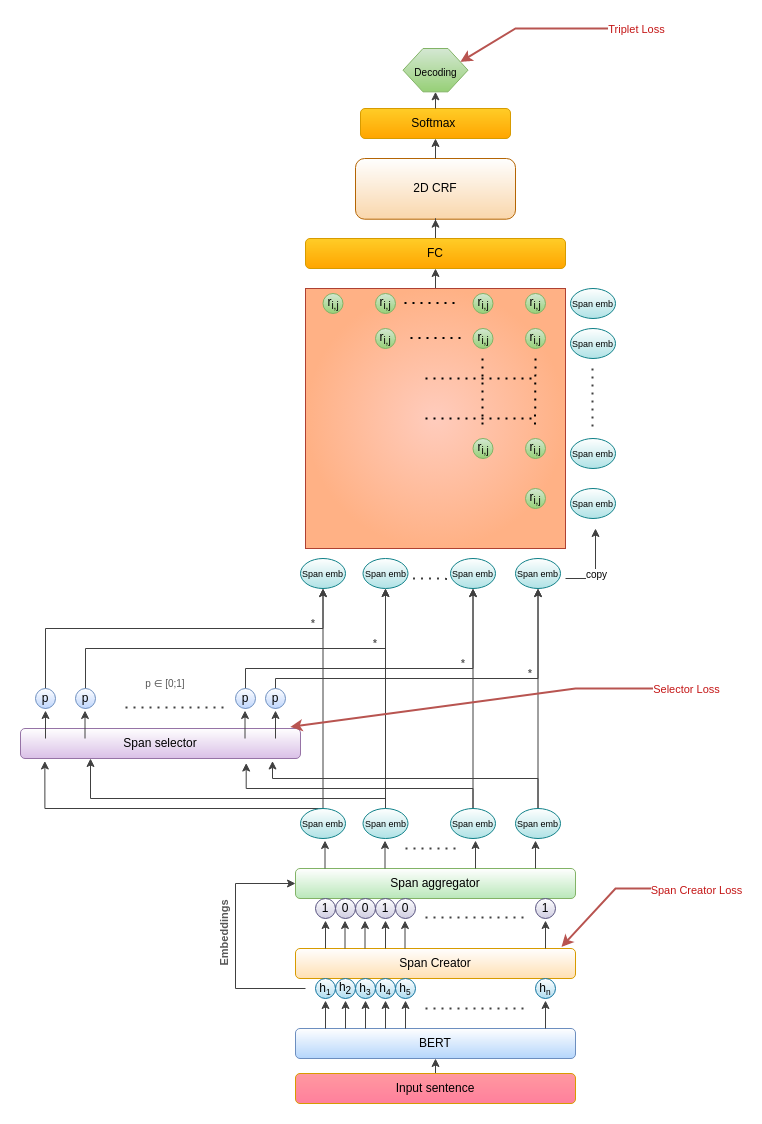
Earlier version of the draw.io export assets/span-ASTE.png (NaIwo/Span-ASTE). Source tidied: cells renumbered, new cells last; positions are measured from the earlier drawing's top-left corner, leaving out a move shared by most shapes.
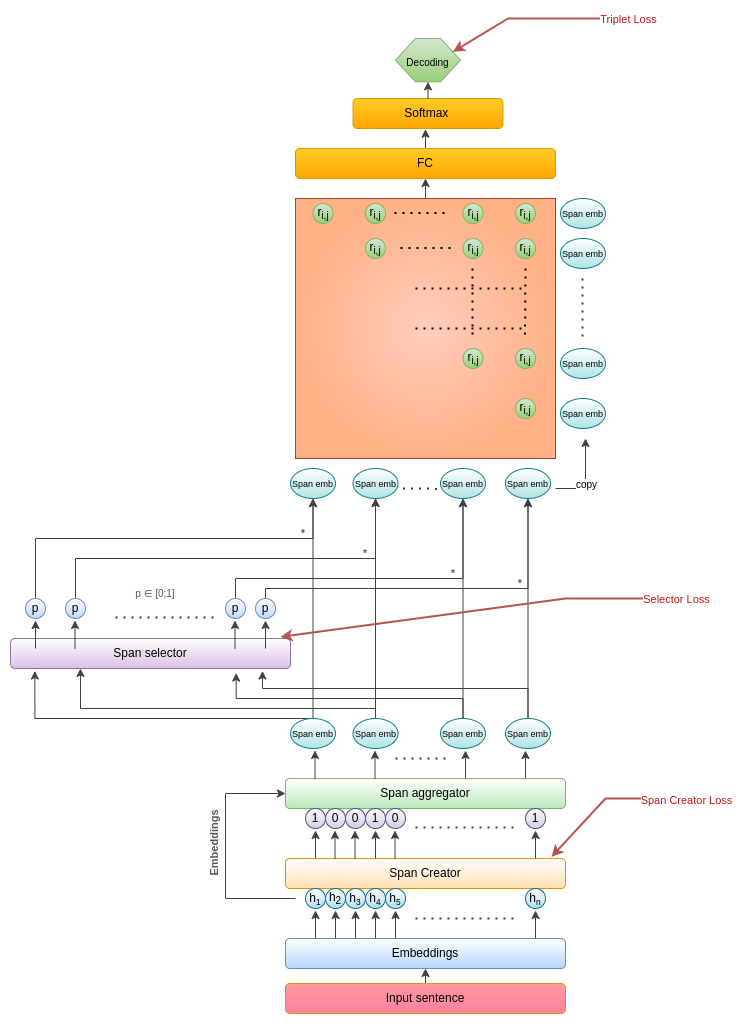
After the change.

What changed in the source:
```diff
@@ -2,7 +2,7 @@
   <root>
     <mxCell id="0" />
     <mxCell id="1" parent="0" />
-    <mxCell id="2" value="BERT" style="rounded=1;whiteSpace=wrap;html=1;fillColor=#B5D6FC;strokeColor=#6c8ebf;gradientColor=#ffffff;gradientDirection=north;" parent="1" vertex="1">
+    <mxCell id="2" value="Embeddings" style="rounded=1;whiteSpace=wrap;html=1;fillColor=#B5D6FC;strokeColor=#6c8ebf;gradientColor=#ffffff;gradientDirection=north;" parent="1" vertex="1">
       <mxGeometry x="275" y="1000" width="280" height="30" as="geometry" />
     </mxCell>
     <mxCell id="3" style="endArrow=classic;html=1;rounded=0;exitX=0.1;exitY=-0.067;exitDx=0;exitDy=0;exitPerimeter=0;strokeColor=#404040;" parent="1" edge="1">
@@ -326,17 +326,11 @@
         <mxPoint x="515" y="350" as="targetPoint" />
       </mxGeometry>
     </mxCell>
-    <mxCell id="74" value="2D CRF" style="rounded=1;whiteSpace=wrap;html=1;fillColor=#fad7ac;strokeColor=#b46504;gradientColor=#ffffff;gradientDirection=north;" parent="1" vertex="1">
-      <mxGeometry x="335" y="130" width="160" height="60.7" as="geometry" />
-    </mxCell>
     <mxCell id="75" value="Softmax&amp;nbsp;" style="rounded=1;whiteSpace=wrap;html=1;fillColor=#ffcd28;gradientColor=#ffa500;strokeColor=#d79b00;" parent="1" vertex="1">
-      <mxGeometry x="340" y="80" width="150" height="30" as="geometry" />
+      <mxGeometry x="342.5" y="160" width="150" height="30" as="geometry" />
     </mxCell>
-    <mxCell id="76" style="endArrow=classic;html=1;rounded=0;fontSize=18;entryX=0.5;entryY=1;entryDx=0;entryDy=0;strokeColor=#404040;" parent="1" edge="1" source="74" target="75">
-      <mxGeometry relative="1" as="geometry" />
-    </mxCell>
     <mxCell id="77" value="&lt;font style=&quot;font-size: 10px&quot;&gt;Decoding&lt;/font&gt;" style="shape=hexagon;perimeter=hexagonPerimeter2;whiteSpace=wrap;html=1;fixedSize=1;fontSize=18;fillColor=#d5e8d4;gradientColor=#97d077;strokeColor=#82b366;" parent="1" vertex="1">
-      <mxGeometry x="382.5" y="20" width="65" height="43.3" as="geometry" />
+      <mxGeometry x="385" y="100" width="65" height="43.3" as="geometry" />
     </mxCell>
     <mxCell id="78" style="endArrow=classic;html=1;rounded=0;fontSize=12;entryX=0.5;entryY=1;entryDx=0;entryDy=0;exitX=0.5;exitY=0;exitDx=0;exitDy=0;strokeColor=#404040;" parent="1" edge="1" source="75" target="77">
       <mxGeometry relative="1" as="geometry" />
@@ -473,8 +467,10 @@
     <mxCell id="105" value="Input sentence" style="rounded=1;whiteSpace=wrap;html=1;fillColor=#FF99A0;strokeColor=#d79b00;gradientColor=#FF809D;gradientDirection=south;" parent="1" vertex="1">
       <mxGeometry x="275" y="1045" width="280" height="30" as="geometry" />
     </mxCell>
-    <mxCell id="106" style="edgeStyle=orthogonalEdgeStyle;rounded=0;jettySize=auto;html=1;exitX=0.5;exitY=0;exitDx=0;exitDy=0;strokeColor=#404040;" parent="1" edge="1" source="107" target="74">
-      <mxGeometry relative="1" as="geometry" />
+    <mxCell id="106" style="edgeStyle=orthogonalEdgeStyle;rounded=0;jettySize=auto;html=1;exitX=0.5;exitY=0;exitDx=0;exitDy=0;strokeColor=#404040;" parent="1" edge="1" source="107">
+      <mxGeometry relative="1" as="geometry">
+        <mxPoint x="415" y="190.7" as="targetPoint" />
+      </mxGeometry>
     </mxCell>
     <mxCell id="107" value="FC" style="rounded=1;whiteSpace=wrap;html=1;fillColor=#ffcd28;gradientColor=#ffa500;strokeColor=#d79b00;" parent="1" vertex="1">
       <mxGeometry x="285" y="210" width="260" height="30" as="geometry" />
@@ -507,9 +503,9 @@
     </mxCell>
     <mxCell id="112" style="endArrow=classic;html=1;rounded=0;entryX=1;entryY=0.25;entryDx=0;entryDy=0;fillColor=#f8cecc;strokeColor=#b85450;strokeWidth=2;fontColor=#C41616;" parent="1" edge="1" target="77">
       <mxGeometry relative="1" as="geometry">
-        <mxPoint x="635" as="sourcePoint" />
+        <mxPoint x="637.5" y="80" as="sourcePoint" />
         <Array as="points">
-          <mxPoint x="495" />
+          <mxPoint x="497.5" y="80" />
         </Array>
       </mxGeometry>
     </mxCell>
```
